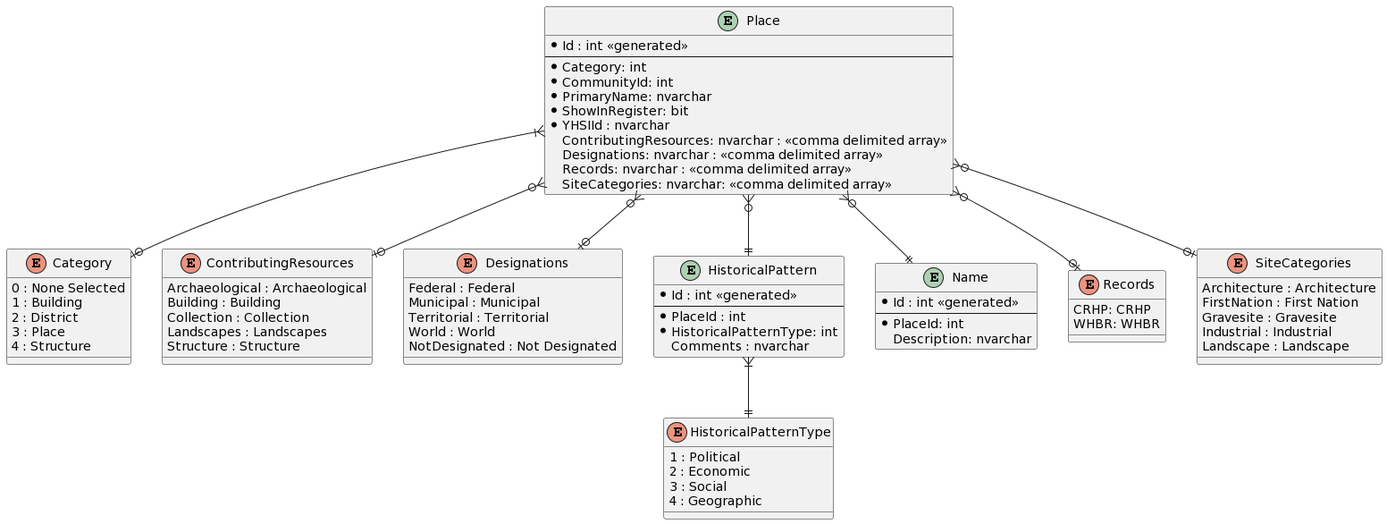
This is Design/change-tracking-and-approvals-data-modeling.png from ytgov/yhsi, a PlantUML export, as it was before one commit.
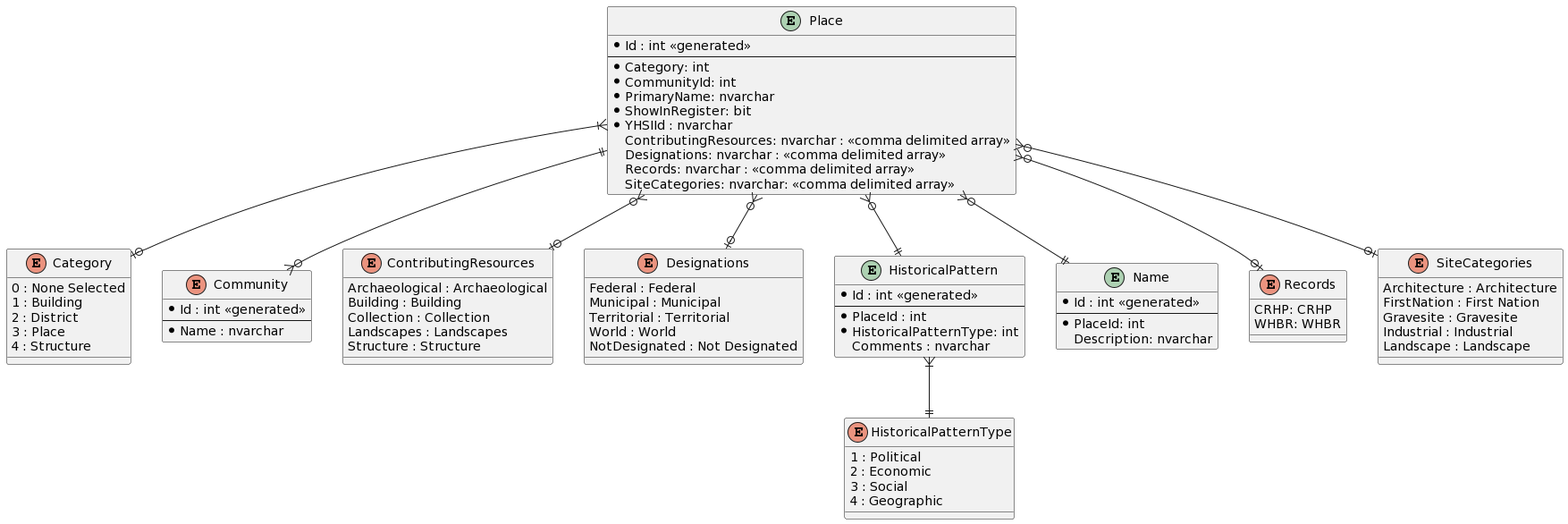
The same diagram one commit later.

Commit message:
:sparkles: Model Community relationship to Place.

Diff of the diagram source:
```diff
@@ -19,6 +19,12 @@
   2 : District
   3 : Place
   4 : Structure
+}
+
+enum "Community" as community {
+  * Id : int <<generated>>
+  --
+  * Name : nvarchar
 }
 
 enum "ContributingResources" as contributing_resources {
@@ -73,6 +79,7 @@
 }
 
 place }|--o| category
+place ||--o{ community
 place }o--o| contributing_resources
 place }o--o| designations
 place }o--|| historical_pattern
```
